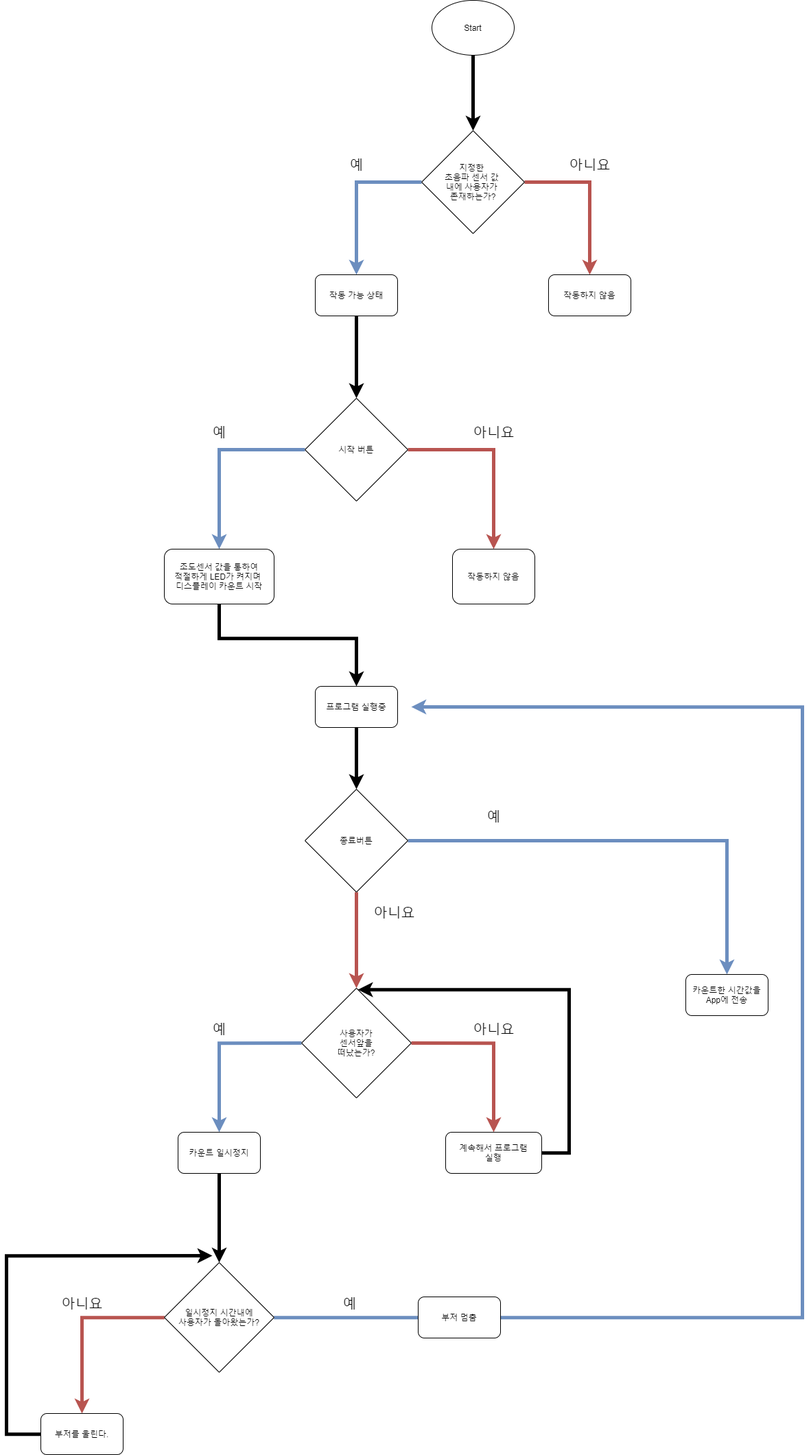
jingrut2/O2B2Project keeps this draw.io diagram as Project_Document/제목 없는 다이어그램.png. Above is the earlier version. Source tidied: cells renumbered, new cells last; positions are measured from the earlier drawing's top-left corner, leaving out a move shared by most shapes.
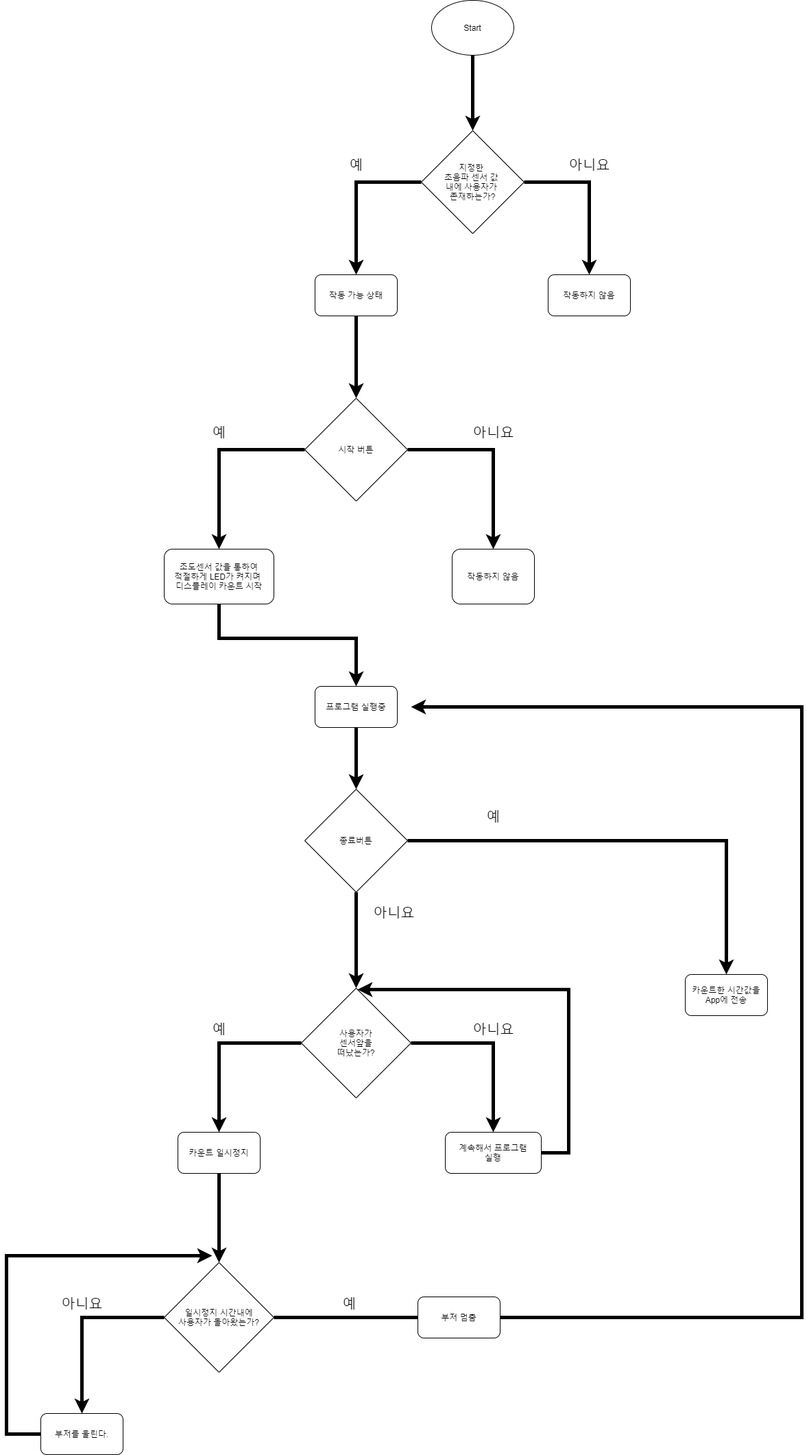
Later version of the same file.

Commit message:
추가된 제목 없는 다이어그램.png

What changed in the source:
```diff
@@ -8,53 +8,53 @@
     <mxCell id="3" value="Start" style="ellipse;whiteSpace=wrap;html=1;" parent="1" vertex="1">
       <mxGeometry x="620" width="120" height="80" as="geometry" />
     </mxCell>
-    <mxCell id="4" style="edgeStyle=orthogonalEdgeStyle;rounded=0;jettySize=auto;html=1;exitX=0;exitY=0.5;exitDx=0;exitDy=0;fillColor=#dae8fc;strokeColor=#6c8ebf;strokeWidth=5;" parent="1" edge="1" source="6" target="8">
+    <mxCell id="4" style="edgeStyle=orthogonalEdgeStyle;rounded=0;jettySize=auto;html=1;exitX=0;exitY=0.5;exitDx=0;exitDy=0;fillColor=#dae8fc;strokeColor=#000000;strokeWidth=5;" parent="1" edge="1" source="6" target="8">
       <mxGeometry relative="1" as="geometry">
         <Array as="points">
           <mxPoint x="510" y="265" />
         </Array>
       </mxGeometry>
     </mxCell>
-    <mxCell id="5" style="edgeStyle=orthogonalEdgeStyle;rounded=0;jettySize=auto;html=1;exitX=1;exitY=0.5;exitDx=0;exitDy=0;fillColor=#f8cecc;strokeColor=#b85450;strokeWidth=5;" parent="1" edge="1" source="6" target="9">
+    <mxCell id="5" style="edgeStyle=orthogonalEdgeStyle;rounded=0;jettySize=auto;html=1;exitX=1;exitY=0.5;exitDx=0;exitDy=0;fillColor=#f8cecc;strokeColor=#000000;strokeWidth=5;" parent="1" edge="1" source="6" target="9">
       <mxGeometry relative="1" as="geometry">
         <Array as="points">
           <mxPoint x="850" y="265" />
         </Array>
       </mxGeometry>
     </mxCell>
-    <mxCell id="6" value="지정한 &lt;br&gt;초음파 센서 값 &lt;br&gt;내에 사용자가 &lt;br&gt;존재하는가?" style="rhombus;whiteSpace=wrap;html=1;" parent="1" vertex="1">
+    <mxCell id="6" value="지정한 &lt;br&gt;초음파 센서 값 &lt;br&gt;내에 사용자가 &lt;br&gt;존재하는가?" style="rhombus;whiteSpace=wrap;html=1;strokeColor=#000000;" parent="1" vertex="1">
       <mxGeometry x="605" y="190" width="150" height="150" as="geometry" />
     </mxCell>
-    <mxCell id="7" style="edgeStyle=orthogonalEdgeStyle;rounded=0;jumpSize=22;jettySize=auto;html=1;entryX=0.5;entryY=0;entryDx=0;entryDy=0;sourcePerimeterSpacing=0;endSize=6;targetPerimeterSpacing=0;strokeWidth=5;" parent="1" edge="1" source="8" target="12">
+    <mxCell id="7" style="edgeStyle=orthogonalEdgeStyle;rounded=0;jumpSize=22;jettySize=auto;html=1;entryX=0.5;entryY=0;entryDx=0;entryDy=0;sourcePerimeterSpacing=0;endSize=6;targetPerimeterSpacing=0;strokeWidth=5;strokeColor=#000000;" parent="1" edge="1" source="8" target="12">
       <mxGeometry relative="1" as="geometry" />
     </mxCell>
-    <mxCell id="8" value="작동 가능 상태" style="rounded=1;whiteSpace=wrap;html=1;" parent="1" vertex="1">
+    <mxCell id="8" value="작동 가능 상태" style="rounded=1;whiteSpace=wrap;html=1;strokeColor=#000000;" parent="1" vertex="1">
       <mxGeometry x="450" y="400" width="120" height="60" as="geometry" />
     </mxCell>
-    <mxCell id="9" value="작동하지 않음" style="rounded=1;whiteSpace=wrap;html=1;" parent="1" vertex="1">
+    <mxCell id="9" value="작동하지 않음" style="rounded=1;whiteSpace=wrap;html=1;strokeColor=#000000;" parent="1" vertex="1">
       <mxGeometry x="790" y="400" width="120" height="60" as="geometry" />
     </mxCell>
-    <mxCell id="10" style="edgeStyle=orthogonalEdgeStyle;rounded=0;jumpSize=22;jettySize=auto;html=1;exitX=0;exitY=0.5;exitDx=0;exitDy=0;sourcePerimeterSpacing=0;endSize=6;targetPerimeterSpacing=0;strokeWidth=5;fillColor=#dae8fc;strokeColor=#6c8ebf;" parent="1" edge="1" source="12" target="15">
+    <mxCell id="10" style="edgeStyle=orthogonalEdgeStyle;rounded=0;jumpSize=22;jettySize=auto;html=1;exitX=0;exitY=0.5;exitDx=0;exitDy=0;sourcePerimeterSpacing=0;endSize=6;targetPerimeterSpacing=0;strokeWidth=5;fillColor=#dae8fc;strokeColor=#000000;" parent="1" edge="1" source="12" target="15">
       <mxGeometry relative="1" as="geometry">
         <Array as="points">
           <mxPoint x="310" y="655" />
         </Array>
       </mxGeometry>
     </mxCell>
-    <mxCell id="11" style="edgeStyle=orthogonalEdgeStyle;rounded=0;jumpSize=22;jettySize=auto;html=1;exitX=1;exitY=0.5;exitDx=0;exitDy=0;sourcePerimeterSpacing=0;endSize=6;targetPerimeterSpacing=0;strokeWidth=5;fillColor=#f8cecc;strokeColor=#b85450;" parent="1" edge="1" source="12" target="13">
+    <mxCell id="11" style="edgeStyle=orthogonalEdgeStyle;rounded=0;jumpSize=22;jettySize=auto;html=1;exitX=1;exitY=0.5;exitDx=0;exitDy=0;sourcePerimeterSpacing=0;endSize=6;targetPerimeterSpacing=0;strokeWidth=5;fillColor=#f8cecc;strokeColor=#000000;" parent="1" edge="1" source="12" target="13">
       <mxGeometry relative="1" as="geometry">
         <Array as="points">
           <mxPoint x="710" y="655" />
         </Array>
       </mxGeometry>
     </mxCell>
-    <mxCell id="12" value="시작 버튼" style="rhombus;whiteSpace=wrap;html=1;" parent="1" vertex="1">
+    <mxCell id="12" value="시작 버튼" style="rhombus;whiteSpace=wrap;html=1;strokeColor=#000000;" parent="1" vertex="1">
       <mxGeometry x="435" y="580" width="150" height="150" as="geometry" />
     </mxCell>
-    <mxCell id="13" value="작동하지 않음" style="rounded=1;whiteSpace=wrap;html=1;" parent="1" vertex="1">
+    <mxCell id="13" value="작동하지 않음" style="rounded=1;whiteSpace=wrap;html=1;strokeColor=#000000;" parent="1" vertex="1">
       <mxGeometry x="650" y="800" width="120" height="80" as="geometry" />
     </mxCell>
-    <mxCell id="14" style="edgeStyle=orthogonalEdgeStyle;rounded=0;jumpSize=22;jettySize=auto;html=1;exitX=0.5;exitY=1;exitDx=0;exitDy=0;sourcePerimeterSpacing=0;endSize=6;targetPerimeterSpacing=0;strokeWidth=5;" parent="1" edge="1" source="15">
+    <mxCell id="14" style="edgeStyle=orthogonalEdgeStyle;rounded=0;jumpSize=22;jettySize=auto;html=1;exitX=0.5;exitY=1;exitDx=0;exitDy=0;sourcePerimeterSpacing=0;endSize=6;targetPerimeterSpacing=0;strokeWidth=5;strokeColor=#000000;" parent="1" edge="1" source="15">
       <mxGeometry relative="1" as="geometry">
         <mxPoint x="510" y="1000" as="targetPoint" />
         <Array as="points">
@@ -63,39 +63,39 @@
         </Array>
       </mxGeometry>
     </mxCell>
-    <mxCell id="15" value="조도센서 값을 통하여&lt;br&gt;적절하게 LED가 켜지며 &lt;br&gt;디스플레이 카운트 시작" style="rounded=1;whiteSpace=wrap;html=1;" parent="1" vertex="1">
+    <mxCell id="15" value="조도센서 값을 통하여&lt;br&gt;적절하게 LED가 켜지며 &lt;br&gt;디스플레이 카운트 시작" style="rounded=1;whiteSpace=wrap;html=1;strokeColor=#000000;" parent="1" vertex="1">
       <mxGeometry x="230" y="800" width="160" height="80" as="geometry" />
     </mxCell>
-    <mxCell id="16" value="&lt;font style=&quot;font-size: 20px&quot;&gt;예&lt;/font&gt;" style="text;html=1;align=center;verticalAlign=middle;" parent="1" vertex="1">
+    <mxCell id="16" value="&lt;font style=&quot;font-size: 20px&quot;&gt;예&lt;/font&gt;" style="text;html=1;align=center;verticalAlign=middle;strokeColor=#FFFFFF;" parent="1" vertex="1">
       <mxGeometry x="490" y="230" width="40" height="20" as="geometry" />
     </mxCell>
-    <mxCell id="17" value="&lt;span style=&quot;font-size: 20px&quot;&gt;아니요&lt;/span&gt;" style="text;html=1;align=center;verticalAlign=middle;" parent="1" vertex="1">
+    <mxCell id="17" value="&lt;span style=&quot;font-size: 20px&quot;&gt;아니요&lt;/span&gt;" style="text;html=1;align=center;verticalAlign=middle;strokeColor=#FFFFFF;" parent="1" vertex="1">
       <mxGeometry x="810" y="230" width="80" height="20" as="geometry" />
     </mxCell>
-    <mxCell id="18" value="&lt;span style=&quot;font-size: 20px&quot;&gt;아니요&lt;/span&gt;" style="text;html=1;align=center;verticalAlign=middle;" parent="1" vertex="1">
+    <mxCell id="18" value="&lt;span style=&quot;font-size: 20px&quot;&gt;아니요&lt;/span&gt;" style="text;html=1;align=center;verticalAlign=middle;strokeColor=#FFFFFF;" parent="1" vertex="1">
       <mxGeometry x="670" y="620" width="80" height="20" as="geometry" />
     </mxCell>
-    <mxCell id="19" value="&lt;font style=&quot;font-size: 20px&quot;&gt;예&lt;/font&gt;" style="text;html=1;align=center;verticalAlign=middle;" parent="1" vertex="1">
+    <mxCell id="19" value="&lt;font style=&quot;font-size: 20px&quot;&gt;예&lt;/font&gt;" style="text;html=1;align=center;verticalAlign=middle;strokeColor=#FFFFFF;" parent="1" vertex="1">
       <mxGeometry x="290" y="620" width="40" height="20" as="geometry" />
     </mxCell>
-    <mxCell id="20" style="edgeStyle=orthogonalEdgeStyle;rounded=0;jumpSize=22;jettySize=auto;html=1;exitX=0;exitY=0.5;exitDx=0;exitDy=0;entryX=0.5;entryY=0;entryDx=0;entryDy=0;sourcePerimeterSpacing=0;endSize=6;targetPerimeterSpacing=0;strokeWidth=5;fillColor=#dae8fc;strokeColor=#6c8ebf;" parent="1" edge="1" source="22" target="28">
+    <mxCell id="20" style="edgeStyle=orthogonalEdgeStyle;rounded=0;jumpSize=22;jettySize=auto;html=1;exitX=0;exitY=0.5;exitDx=0;exitDy=0;entryX=0.5;entryY=0;entryDx=0;entryDy=0;sourcePerimeterSpacing=0;endSize=6;targetPerimeterSpacing=0;strokeWidth=5;fillColor=#dae8fc;strokeColor=#000000;" parent="1" edge="1" source="22" target="28">
       <mxGeometry relative="1" as="geometry" />
     </mxCell>
-    <mxCell id="21" style="edgeStyle=orthogonalEdgeStyle;rounded=0;jumpSize=22;jettySize=auto;html=1;exitX=1;exitY=0.5;exitDx=0;exitDy=0;sourcePerimeterSpacing=0;endSize=6;targetPerimeterSpacing=0;strokeWidth=5;fillColor=#f8cecc;strokeColor=#b85450;" parent="1" edge="1" source="22">
+    <mxCell id="21" style="edgeStyle=orthogonalEdgeStyle;rounded=0;jumpSize=22;jettySize=auto;html=1;exitX=1;exitY=0.5;exitDx=0;exitDy=0;sourcePerimeterSpacing=0;endSize=6;targetPerimeterSpacing=0;strokeWidth=5;fillColor=#f8cecc;strokeColor=#000000;" parent="1" edge="1" source="22">
       <mxGeometry relative="1" as="geometry">
         <mxPoint x="710" y="1650" as="targetPoint" />
       </mxGeometry>
     </mxCell>
-    <mxCell id="22" value="사용자가&lt;br&gt;센서앞을&lt;br&gt;떠났는가?" style="rhombus;whiteSpace=wrap;html=1;" parent="1" vertex="1">
+    <mxCell id="22" value="사용자가&lt;br&gt;센서앞을&lt;br&gt;떠났는가?" style="rhombus;whiteSpace=wrap;html=1;strokeColor=#000000;" parent="1" vertex="1">
       <mxGeometry x="430" y="1440" width="160" height="160" as="geometry" />
     </mxCell>
-    <mxCell id="23" value="&lt;span style=&quot;font-size: 20px&quot;&gt;아니요&lt;/span&gt;" style="text;html=1;align=center;verticalAlign=middle;" parent="1" vertex="1">
+    <mxCell id="23" value="&lt;span style=&quot;font-size: 20px&quot;&gt;아니요&lt;/span&gt;" style="text;html=1;align=center;verticalAlign=middle;strokeColor=#FFFFFF;" parent="1" vertex="1">
       <mxGeometry x="670" y="1490" width="80" height="20" as="geometry" />
     </mxCell>
-    <mxCell id="24" value="&lt;font style=&quot;font-size: 20px&quot;&gt;예&lt;/font&gt;" style="text;html=1;align=center;verticalAlign=middle;" parent="1" vertex="1">
+    <mxCell id="24" value="&lt;font style=&quot;font-size: 20px&quot;&gt;예&lt;/font&gt;" style="text;html=1;align=center;verticalAlign=middle;strokeColor=#FFFFFF;" parent="1" vertex="1">
       <mxGeometry x="290" y="1490" width="40" height="20" as="geometry" />
     </mxCell>
-    <mxCell id="25" style="edgeStyle=orthogonalEdgeStyle;rounded=0;jumpSize=22;jettySize=auto;html=1;sourcePerimeterSpacing=0;endSize=6;targetPerimeterSpacing=0;strokeWidth=5;" parent="1" edge="1" source="26" target="22">
+    <mxCell id="25" style="edgeStyle=orthogonalEdgeStyle;rounded=0;jumpSize=22;jettySize=auto;html=1;sourcePerimeterSpacing=0;endSize=6;targetPerimeterSpacing=0;strokeWidth=5;strokeColor=#000000;" parent="1" edge="1" source="26" target="22">
       <mxGeometry relative="1" as="geometry">
         <Array as="points">
           <mxPoint x="820" y="1680" />
@@ -103,19 +103,19 @@
         </Array>
       </mxGeometry>
     </mxCell>
-    <mxCell id="26" value="계속해서 프로그램&lt;br&gt;실행" style="rounded=1;whiteSpace=wrap;html=1;" parent="1" vertex="1">
+    <mxCell id="26" value="계속해서 프로그램&lt;br&gt;실행" style="rounded=1;whiteSpace=wrap;html=1;strokeColor=#000000;" parent="1" vertex="1">
       <mxGeometry x="640" y="1650" width="140" height="60" as="geometry" />
     </mxCell>
-    <mxCell id="27" style="edgeStyle=orthogonalEdgeStyle;rounded=0;jumpSize=22;jettySize=auto;html=1;sourcePerimeterSpacing=0;endSize=6;targetPerimeterSpacing=0;strokeWidth=5;" parent="1" edge="1" source="28" target="31">
+    <mxCell id="27" style="edgeStyle=orthogonalEdgeStyle;rounded=0;jumpSize=22;jettySize=auto;html=1;sourcePerimeterSpacing=0;endSize=6;targetPerimeterSpacing=0;strokeWidth=5;strokeColor=#000000;" parent="1" edge="1" source="28" target="31">
       <mxGeometry relative="1" as="geometry" />
     </mxCell>
-    <mxCell id="28" value="카운트 일시정지" style="rounded=1;whiteSpace=wrap;html=1;" parent="1" vertex="1">
+    <mxCell id="28" value="카운트 일시정지" style="rounded=1;whiteSpace=wrap;html=1;strokeColor=#000000;" parent="1" vertex="1">
       <mxGeometry x="250" y="1650" width="120" height="60" as="geometry" />
     </mxCell>
-    <mxCell id="29" style="edgeStyle=orthogonalEdgeStyle;rounded=0;jumpSize=22;jettySize=auto;html=1;entryX=0.5;entryY=0;entryDx=0;entryDy=0;sourcePerimeterSpacing=0;endSize=6;targetPerimeterSpacing=0;strokeWidth=5;fillColor=#f8cecc;strokeColor=#b85450;" parent="1" edge="1" source="31" target="35">
+    <mxCell id="29" style="edgeStyle=orthogonalEdgeStyle;rounded=0;jumpSize=22;jettySize=auto;html=1;entryX=0.5;entryY=0;entryDx=0;entryDy=0;sourcePerimeterSpacing=0;endSize=6;targetPerimeterSpacing=0;strokeWidth=5;fillColor=#f8cecc;strokeColor=#000000;" parent="1" edge="1" source="31" target="35">
       <mxGeometry relative="1" as="geometry" />
     </mxCell>
-    <mxCell id="30" style="edgeStyle=orthogonalEdgeStyle;rounded=0;jumpSize=22;jettySize=auto;html=1;sourcePerimeterSpacing=0;endSize=6;targetPerimeterSpacing=0;strokeWidth=5;fillColor=#dae8fc;strokeColor=#6c8ebf;" parent="1" edge="1" source="31">
+    <mxCell id="30" style="edgeStyle=orthogonalEdgeStyle;rounded=0;jumpSize=22;jettySize=auto;html=1;sourcePerimeterSpacing=0;endSize=6;targetPerimeterSpacing=0;strokeWidth=5;fillColor=#dae8fc;strokeColor=#000000;" parent="1" edge="1" source="31">
       <mxGeometry relative="1" as="geometry">
         <mxPoint x="590" y="1030" as="targetPoint" />
         <Array as="points">
@@ -124,16 +124,16 @@
         </Array>
       </mxGeometry>
     </mxCell>
-    <mxCell id="31" value="일시정지 시간내에&lt;br&gt;사용자가 돌아왔는가?" style="rhombus;whiteSpace=wrap;html=1;" parent="1" vertex="1">
+    <mxCell id="31" value="일시정지 시간내에&lt;br&gt;사용자가 돌아왔는가?" style="rhombus;whiteSpace=wrap;html=1;strokeColor=#000000;" parent="1" vertex="1">
       <mxGeometry x="230" y="1840" width="160" height="160" as="geometry" />
     </mxCell>
-    <mxCell id="32" value="&lt;font style=&quot;font-size: 20px&quot;&gt;예&lt;/font&gt;" style="text;html=1;align=center;verticalAlign=middle;" parent="1" vertex="1">
+    <mxCell id="32" value="&lt;font style=&quot;font-size: 20px&quot;&gt;예&lt;/font&gt;" style="text;html=1;align=center;verticalAlign=middle;strokeColor=#FFFFFF;" parent="1" vertex="1">
       <mxGeometry x="480" y="1890" width="40" height="20" as="geometry" />
     </mxCell>
-    <mxCell id="33" value="&lt;span style=&quot;font-size: 20px&quot;&gt;아니요&lt;/span&gt;" style="text;html=1;align=center;verticalAlign=middle;" parent="1" vertex="1">
+    <mxCell id="33" value="&lt;span style=&quot;font-size: 20px&quot;&gt;아니요&lt;/span&gt;" style="text;html=1;align=center;verticalAlign=middle;strokeColor=#FFFFFF;" parent="1" vertex="1">
       <mxGeometry x="70" y="1890" width="80" height="20" as="geometry" />
     </mxCell>
-    <mxCell id="34" style="edgeStyle=orthogonalEdgeStyle;rounded=0;jumpSize=22;jettySize=auto;html=1;sourcePerimeterSpacing=0;endSize=6;targetPerimeterSpacing=0;strokeWidth=5;" parent="1" edge="1" source="35">
+    <mxCell id="34" style="edgeStyle=orthogonalEdgeStyle;rounded=0;jumpSize=22;jettySize=auto;html=1;sourcePerimeterSpacing=0;endSize=6;targetPerimeterSpacing=0;strokeWidth=5;strokeColor=#000000;" parent="1" edge="1" source="35">
       <mxGeometry relative="1" as="geometry">
         <mxPoint x="300" y="1830" as="targetPoint" />
         <Array as="points">
@@ -142,10 +142,10 @@
         </Array>
       </mxGeometry>
     </mxCell>
-    <mxCell id="35" value="부저를 울린다." style="rounded=1;whiteSpace=wrap;html=1;" parent="1" vertex="1">
+    <mxCell id="35" value="부저를 울린다." style="rounded=1;whiteSpace=wrap;html=1;strokeColor=#000000;" parent="1" vertex="1">
       <mxGeometry x="50" y="2060" width="120" height="60" as="geometry" />
     </mxCell>
-    <mxCell id="36" style="edgeStyle=orthogonalEdgeStyle;rounded=0;jumpSize=22;jettySize=auto;html=1;exitX=1;exitY=0.5;exitDx=0;exitDy=0;sourcePerimeterSpacing=0;endSize=6;targetPerimeterSpacing=0;strokeWidth=5;fillColor=#dae8fc;strokeColor=#6c8ebf;" parent="1" edge="1" source="38">
+    <mxCell id="36" style="edgeStyle=orthogonalEdgeStyle;rounded=0;jumpSize=22;jettySize=auto;html=1;exitX=1;exitY=0.5;exitDx=0;exitDy=0;sourcePerimeterSpacing=0;endSize=6;targetPerimeterSpacing=0;strokeWidth=5;fillColor=#dae8fc;strokeColor=#000000;" parent="1" edge="1" source="38">
       <mxGeometry relative="1" as="geometry">
         <mxPoint x="1050" y="1420" as="targetPoint" />
         <Array as="points">
@@ -153,30 +153,30 @@
         </Array>
       </mxGeometry>
     </mxCell>
-    <mxCell id="37" style="edgeStyle=orthogonalEdgeStyle;rounded=0;jumpSize=22;jettySize=auto;html=1;exitX=0.5;exitY=1;exitDx=0;exitDy=0;sourcePerimeterSpacing=0;endSize=6;targetPerimeterSpacing=0;strokeWidth=5;fillColor=#f8cecc;strokeColor=#b85450;" parent="1" edge="1" source="38">
+    <mxCell id="37" style="edgeStyle=orthogonalEdgeStyle;rounded=0;jumpSize=22;jettySize=auto;html=1;exitX=0.5;exitY=1;exitDx=0;exitDy=0;sourcePerimeterSpacing=0;endSize=6;targetPerimeterSpacing=0;strokeWidth=5;fillColor=#f8cecc;strokeColor=#000000;" parent="1" edge="1" source="38">
       <mxGeometry relative="1" as="geometry">
         <mxPoint x="510" y="1440" as="targetPoint" />
       </mxGeometry>
     </mxCell>
-    <mxCell id="38" value="종료버튼" style="rhombus;whiteSpace=wrap;html=1;" parent="1" vertex="1">
+    <mxCell id="38" value="종료버튼" style="rhombus;whiteSpace=wrap;html=1;strokeColor=#000000;" parent="1" vertex="1">
       <mxGeometry x="435" y="1150" width="150" height="150" as="geometry" />
     </mxCell>
-    <mxCell id="39" value="&lt;span style=&quot;font-size: 20px&quot;&gt;예&lt;/span&gt;" style="text;html=1;align=center;verticalAlign=middle;" parent="1" vertex="1">
+    <mxCell id="39" value="&lt;span style=&quot;font-size: 20px&quot;&gt;예&lt;/span&gt;" style="text;html=1;align=center;verticalAlign=middle;strokeColor=#FFFFFF;" parent="1" vertex="1">
       <mxGeometry x="690" y="1180" width="40" height="20" as="geometry" />
     </mxCell>
-    <mxCell id="40" value="&lt;font style=&quot;font-size: 20px&quot;&gt;아니요&lt;/font&gt;" style="text;html=1;align=center;verticalAlign=middle;" parent="1" vertex="1">
+    <mxCell id="40" value="&lt;font style=&quot;font-size: 20px&quot;&gt;아니요&lt;/font&gt;" style="text;html=1;align=center;verticalAlign=middle;strokeColor=#FFFFFF;" parent="1" vertex="1">
       <mxGeometry x="525" y="1320" width="80" height="20" as="geometry" />
     </mxCell>
-    <mxCell id="41" style="edgeStyle=orthogonalEdgeStyle;rounded=0;jumpSize=22;jettySize=auto;html=1;entryX=0.5;entryY=0;entryDx=0;entryDy=0;sourcePerimeterSpacing=0;endSize=6;targetPerimeterSpacing=0;strokeWidth=5;" parent="1" edge="1" source="42" target="38">
+    <mxCell id="41" style="edgeStyle=orthogonalEdgeStyle;rounded=0;jumpSize=22;jettySize=auto;html=1;entryX=0.5;entryY=0;entryDx=0;entryDy=0;sourcePerimeterSpacing=0;endSize=6;targetPerimeterSpacing=0;strokeWidth=5;strokeColor=#000000;" parent="1" edge="1" source="42" target="38">
       <mxGeometry relative="1" as="geometry" />
     </mxCell>
-    <mxCell id="42" value="프로그램 실행중" style="rounded=1;whiteSpace=wrap;html=1;" parent="1" vertex="1">
+    <mxCell id="42" value="프로그램 실행중" style="rounded=1;whiteSpace=wrap;html=1;strokeColor=#000000;" parent="1" vertex="1">
       <mxGeometry x="450" y="1000" width="120" height="60" as="geometry" />
     </mxCell>
-    <mxCell id="43" value="부저 멈춤" style="rounded=1;whiteSpace=wrap;html=1;" parent="1" vertex="1">
+    <mxCell id="43" value="부저 멈춤" style="rounded=1;whiteSpace=wrap;html=1;strokeColor=#000000;" parent="1" vertex="1">
       <mxGeometry x="600" y="1890" width="120" height="60" as="geometry" />
     </mxCell>
-    <mxCell id="44" value="카운트한 시간값을&lt;br&gt;App에 전송" style="rounded=1;whiteSpace=wrap;html=1;" parent="1" vertex="1">
+    <mxCell id="44" value="카운트한 시간값을&lt;br&gt;App에 전송" style="rounded=1;whiteSpace=wrap;html=1;strokeColor=#000000;" parent="1" vertex="1">
       <mxGeometry x="990" y="1420" width="120" height="60" as="geometry" />
     </mxCell>
   </root>
```
